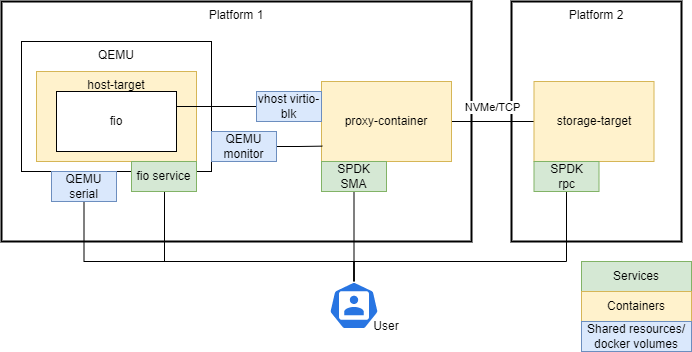
Above: build/storage/recipes/system_configuration.png in ipdk-io/ipdk (draw.io), before the change. Source tidied: cells renumbered, new cells last; positions are measured from the earlier drawing's top-left corner, leaving out a move shared by most shapes.
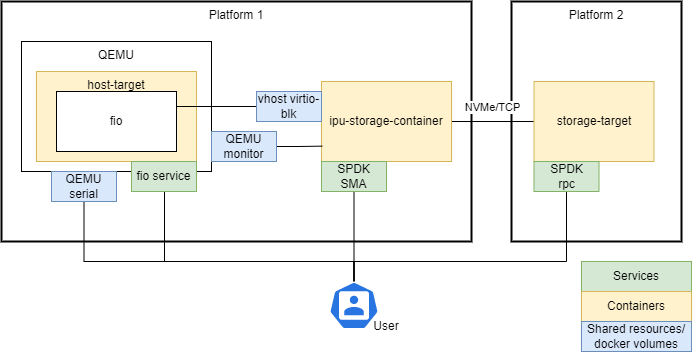
The same diagram one commit later.

Diff of the diagram source:
```diff
@@ -1,4 +1,4 @@
-<mxGraphModel>
+<mxGraphModel background="#ffffff">
   <root>
     <mxCell id="0" />
     <mxCell id="1" parent="0" />
@@ -25,7 +25,7 @@
         <mxPoint x="8" y="-16" as="offset" />
       </mxGeometry>
     </mxCell>
-    <mxCell id="9" value="proxy-container" style="rounded=0;whiteSpace=wrap;html=1;fillColor=#fff2cc;strokeColor=#d6b656;" parent="1" vertex="1">
+    <mxCell id="9" value="ipu-storage-container" style="rounded=0;whiteSpace=wrap;html=1;fillColor=#fff2cc;strokeColor=#d6b656;" parent="1" vertex="1">
       <mxGeometry x="320" y="80" width="130" height="80" as="geometry" />
     </mxCell>
     <mxCell id="10" value="storage-target" style="rounded=0;whiteSpace=wrap;html=1;fillColor=#fff2cc;strokeColor=#d6b656;" parent="1" vertex="1">
```
